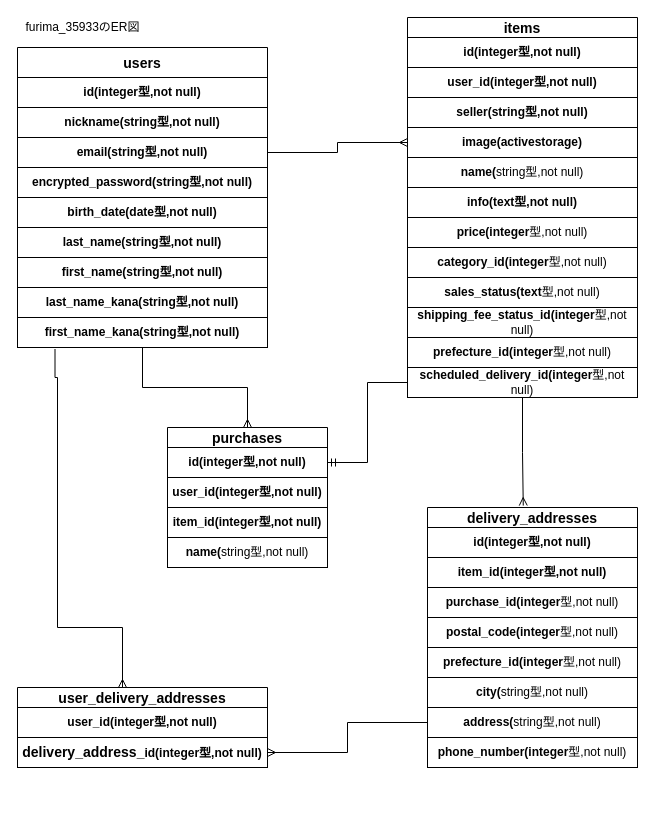
The draw.io diagram test.dio in tubuyakisyun/furima-35933, before the edit. Source tidied: cells renumbered, new cells numbered last; positions are measured from the earlier drawing's top-left corner, leaving out a move shared by most shapes. Both pictures are drawn from the tidied source at 100%, with x=0, y=0 at pixel (17, 17).
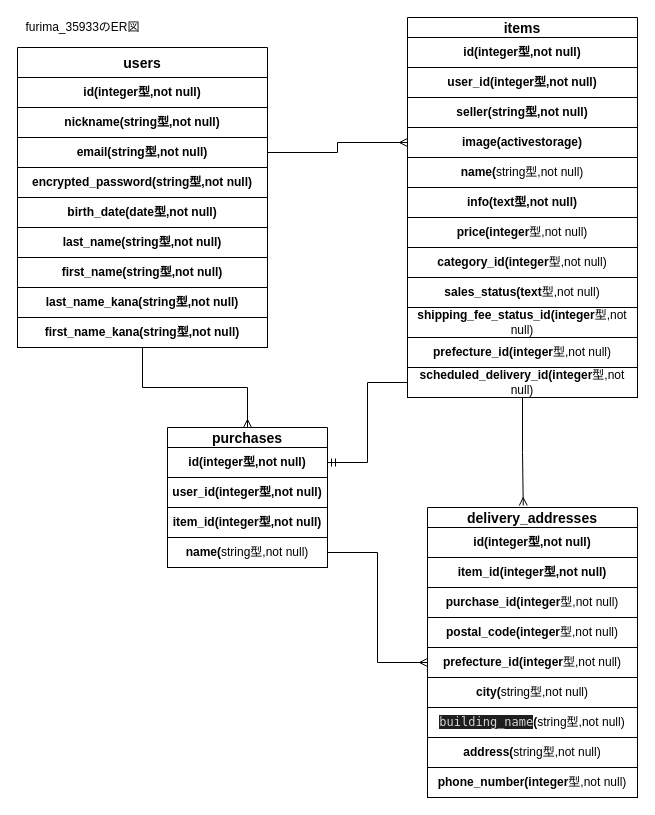
The same page after the edit.

Commit message:
delivery_addresses テーブルにbuilding_name カラムを追加する

The change refers to these unchanged cells:
```xml
<mxCell id="5" value="first_name_kana(&lt;span style=&quot;&quot;&gt;string型,not null)&lt;/span&gt;" style="whiteSpace=wrap;html=1;rounded=0;shadow=0;align=center;fontStyle=1;" parent="1" vertex="1">
  <mxGeometry y="300" width="250" height="30" as="geometry" />
</mxCell>
<mxCell id="27" value="name(&lt;span style=&quot;font-weight: 400&quot;&gt;string型,not null)&lt;/span&gt;" style="whiteSpace=wrap;html=1;rounded=0;shadow=0;align=center;fontStyle=1;" parent="1" vertex="1">
  <mxGeometry x="150" y="520" width="160" height="30" as="geometry" />
</mxCell>
<mxCell id="42" value="prefecture_id(integer&lt;span style=&quot;font-weight: 400&quot;&gt;型,not null)&lt;/span&gt;" style="whiteSpace=wrap;html=1;rounded=0;shadow=0;align=center;fontStyle=1;" parent="1" vertex="1">
  <mxGeometry x="410" y="630" width="210" height="30" as="geometry" />
</mxCell>
```

Change to the diagram source:
```diff
@@
+    <mxCell id="49" style="edgeStyle=orthogonalEdgeStyle;rounded=0;jettySize=auto;html=1;entryX=0;entryY=0.5;entryDx=0;entryDy=0;endArrow=ERmany;endFill=0;" parent="1" edge="1" source="27" target="42">
+      <mxGeometry relative="1" as="geometry" />
+    </mxCell>
@@
-    <mxCell id="30" style="edgeStyle=orthogonalEdgeStyle;rounded=0;jettySize=auto;html=1;endArrow=ERmany;endFill=0;exitX=0.15;exitY=1.05;exitDx=0;exitDy=0;exitPerimeter=0;" parent="1" edge="1" source="5" target="46">
-      <mxGeometry relative="1" as="geometry">
-        <Array as="points">
-          <mxPoint x="38" y="360" />
-          <mxPoint x="40" y="360" />
-          <mxPoint x="40" y="610" />
-          <mxPoint x="105" y="610" />
-        </Array>
-      </mxGeometry>
-    </mxCell>
@@
     <mxCell id="38" value="phone_number(integer&lt;span style=&quot;font-weight: 400&quot;&gt;型,not null)&lt;/span&gt;" style="whiteSpace=wrap;html=1;rounded=0;shadow=0;align=center;fontStyle=1;" parent="1" vertex="1">
-      <mxGeometry x="410" y="720" width="210" height="30" as="geometry" />
+      <mxGeometry x="410" y="750" width="210" height="30" as="geometry" />
     </mxCell>
-    <mxCell id="39" style="edgeStyle=orthogonalEdgeStyle;rounded=0;jettySize=auto;html=1;entryX=1;entryY=0.5;entryDx=0;entryDy=0;endArrow=ERmany;endFill=0;" parent="1" edge="1" source="40" target="48">
-      <mxGeometry relative="1" as="geometry" />
-    </mxCell>
     <mxCell id="40" value="address(&lt;span style=&quot;font-weight: 400&quot;&gt;string型,not null)&lt;/span&gt;" style="whiteSpace=wrap;html=1;rounded=0;shadow=0;align=center;fontStyle=1;" parent="1" vertex="1">
-      <mxGeometry x="410" y="690" width="210" height="30" as="geometry" />
+      <mxGeometry x="410" y="720" width="210" height="30" as="geometry" />
     </mxCell>
@@
-    <mxCell id="46" value="user_delivery_addresses" style="swimlane;fontStyle=1;horizontal=1;startSize=20;align=center;fontSize=14;rounded=0;direction=east;" parent="1" vertex="1">
-      <mxGeometry y="670" width="250" height="80" as="geometry" />
-    </mxCell>
-    <mxCell id="47" value="user_id(integer型,not null)" style="whiteSpace=wrap;html=1;rounded=0;shadow=0;align=center;fontStyle=1;" parent="46" vertex="1">
-      <mxGeometry y="20" width="250" height="30" as="geometry" />
-    </mxCell>
-    <mxCell id="48" value="&lt;span style=&quot;font-size: 14px&quot;&gt;delivery_address_&lt;/span&gt;id(integer型,not null)" style="whiteSpace=wrap;html=1;rounded=0;shadow=0;align=center;fontStyle=1;" parent="46" vertex="1">
-      <mxGeometry y="50" width="250" height="30" as="geometry" />
-    </mxCell>
+    <mxCell id="50" value="&lt;span style=&quot;background-color: rgb(30 , 30 , 30) ; color: rgb(212 , 212 , 212) ; font-family: &amp;#34;menlo&amp;#34; , &amp;#34;monaco&amp;#34; , &amp;#34;courier new&amp;#34; , monospace ; font-weight: normal&quot;&gt;building_name&lt;/span&gt;(&lt;span style=&quot;font-weight: 400&quot;&gt;string型,not null)&lt;/span&gt;" style="whiteSpace=wrap;html=1;rounded=0;shadow=0;align=center;fontStyle=1;" parent="1" vertex="1">
+      <mxGeometry x="410" y="690" width="210" height="30" as="geometry" />
+    </mxCell>
```
